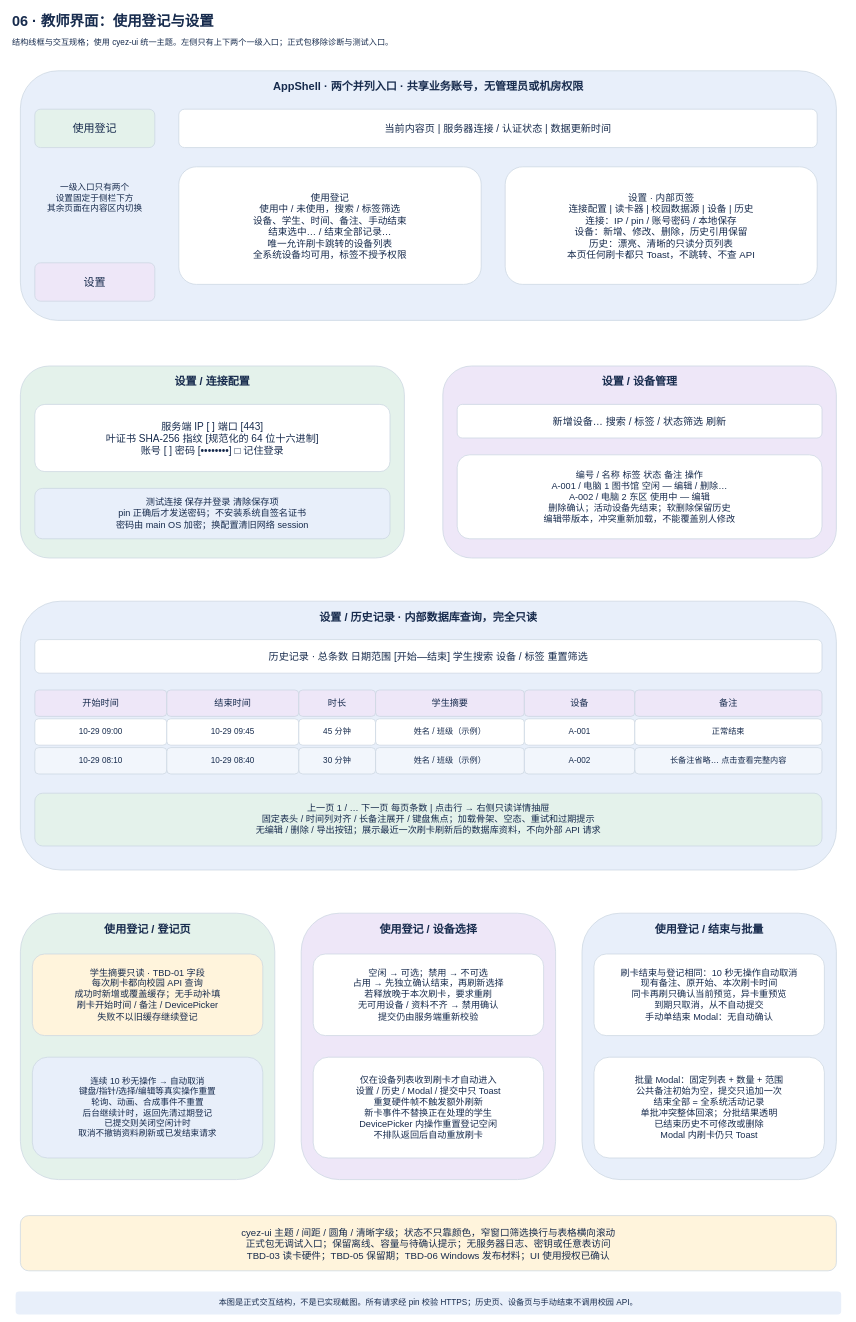
Above: page "06 · 教师界面：使用登记与设置" (6 of 8) of record-only/docs/architecture.drawio in lmyzzzz/cyez-library-management (draw.io), before the change. Source tidied: cells renumbered, new cells numbered last; positions are measured from the earlier drawing's top-left corner, leaving out a move shared by most shapes. Both pictures are drawn from the tidied source at 48%, with x=0, y=0 at pixel (8, 8).
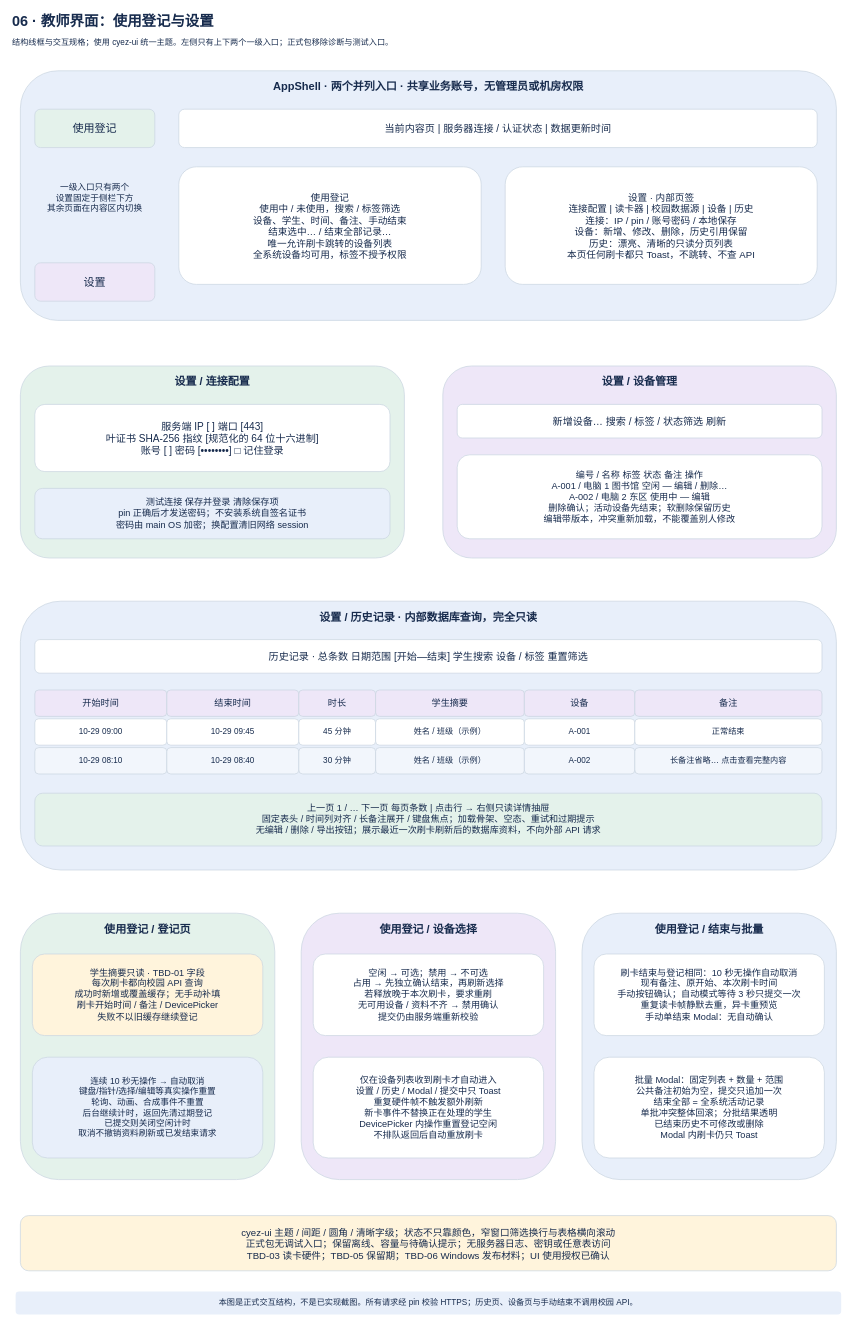
The same diagram, later.

Diff of the diagram source:
```diff
@@
-    <mxCell id="52" value="刷卡结束与登记相同：10 秒无操作自动取消&#10;现有备注、原开始、本次刷卡时间&#10;同卡再刷只确认当前预览，异卡重预览&#10;到期只取消，从不自动提交&#10;手动单结束 Modal：无自动确认" style="rounded=1;whiteSpace=wrap;html=0;fillColor=#ffffff;strokeColor=#cbd5e1;strokeWidth=1.5;fontColor=#172b4d;fontFamily=Microsoft YaHei;fontSize=19;fontStyle=0;align=center;verticalAlign=middle;spacing=8;" parent="1" vertex="1">
+    <mxCell id="52" value="刷卡结束与登记相同：10 秒无操作自动取消&#10;现有备注、原开始、本次刷卡时间&#10;手动按钮确认；自动模式等待 3 秒只提交一次&#10;重复读卡帧静默去重，异卡重预览&#10;手动单结束 Modal：无自动确认" style="rounded=1;whiteSpace=wrap;html=0;fillColor=#ffffff;strokeColor=#cbd5e1;strokeWidth=1.5;fontColor=#172b4d;fontFamily=Microsoft YaHei;fontSize=19;fontStyle=0;align=center;verticalAlign=middle;spacing=8;" parent="1" vertex="1">
       <mxGeometry x="1220" y="1970" width="480" height="170" as="geometry" />
     </mxCell>
```
